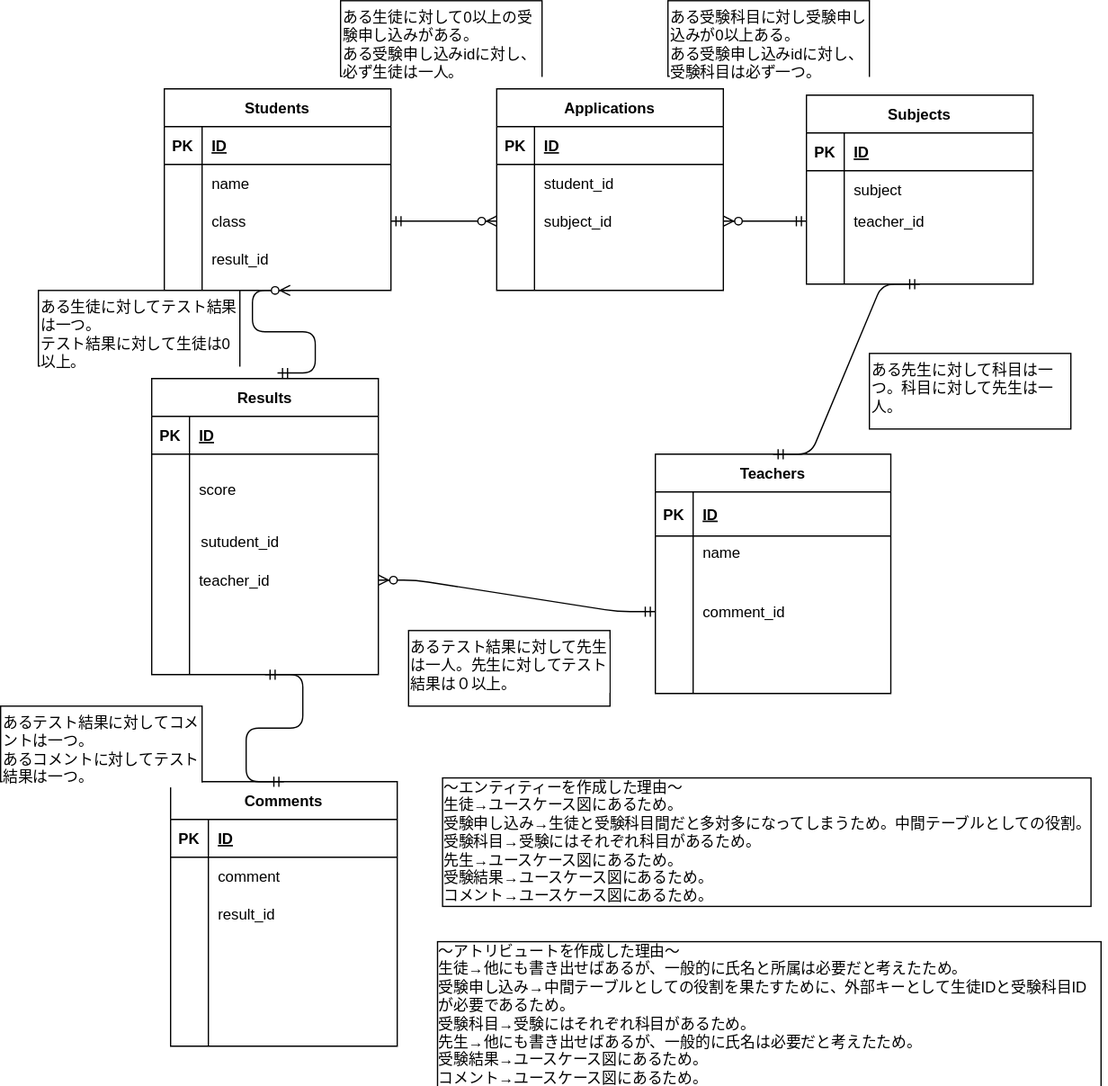
ansuriumu/database_practice keeps this draw.io diagram as index.drawio.svg. Above is the earlier version. Source tidied: cells renumbered, new cells last; positions are measured from the earlier drawing's top-left corner, leaving out a move shared by most shapes.
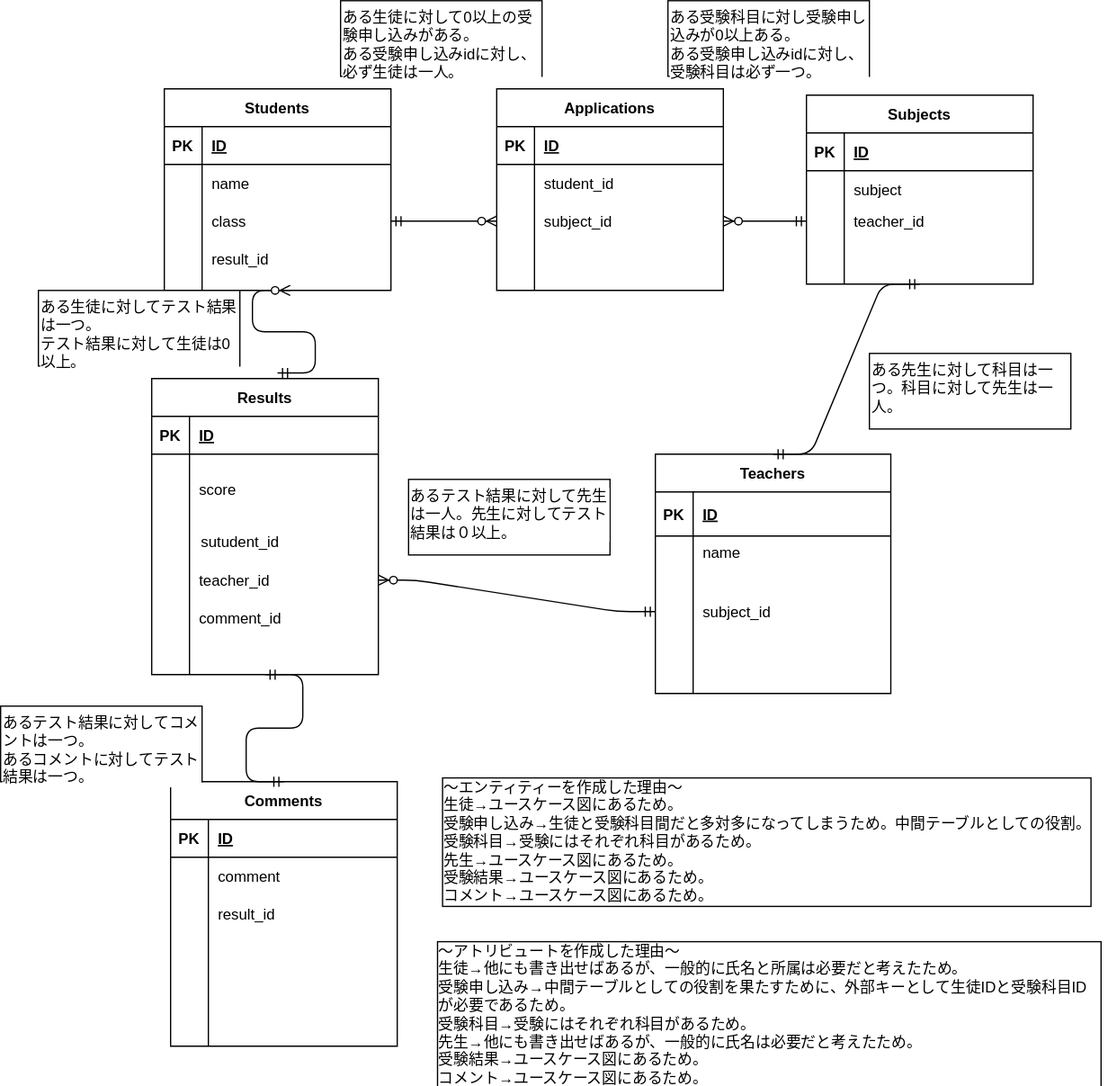
Later version of the same file.

Commit message:
課題修正２回目

Diff of the diagram source:
```diff
@@ -161,7 +161,7 @@
     <mxCell id="54" style="shape=partialRectangle;fillColor=none;top=0;left=0;bottom=0;right=0;overflow=hidden;" parent="53" vertex="1">
       <mxGeometry width="30" height="30" as="geometry" />
     </mxCell>
-    <mxCell id="55" value="comment_id" style="shape=partialRectangle;fillColor=none;top=0;left=0;bottom=0;right=0;align=left;spacingLeft=6;overflow=hidden;" parent="53" vertex="1">
+    <mxCell id="55" value="subject_id" style="shape=partialRectangle;fillColor=none;top=0;left=0;bottom=0;right=0;align=left;spacingLeft=6;overflow=hidden;" parent="53" vertex="1">
       <mxGeometry x="30" width="157" height="30" as="geometry" />
     </mxCell>
     <mxCell id="56" value="Results" style="shape=table;startSize=30;rowLines=0;fontStyle=1;align=center;" parent="1" vertex="1">
@@ -209,7 +209,7 @@
     <mxCell id="70" style="shape=partialRectangle;fillColor=none;top=0;left=0;bottom=0;right=0;overflow=hidden;" parent="69" vertex="1">
       <mxGeometry width="30" height="30" as="geometry" />
     </mxCell>
-    <mxCell id="71" style="shape=partialRectangle;fillColor=none;top=0;left=0;bottom=0;right=0;align=left;spacingLeft=6;overflow=hidden;" parent="69" vertex="1">
+    <mxCell id="71" value="comment_id" style="shape=partialRectangle;fillColor=none;top=0;left=0;bottom=0;right=0;align=left;spacingLeft=6;overflow=hidden;" parent="69" vertex="1">
       <mxGeometry x="30" width="150" height="30" as="geometry" />
     </mxCell>
     <mxCell id="72" value="Comments" style="shape=table;startSize=30;rowLines=0;fontStyle=1;align=center;" parent="1" vertex="1">
@@ -264,7 +264,7 @@
       <mxGeometry x="530" width="160" height="60" as="geometry" />
     </mxCell>
     <mxCell id="89" value="あるテスト結果に対して先生は一人。先生に対してテスト結果は０以上。" style="whiteSpace=wrap;html=1;labelBackgroundColor=#ffffff;fontColor=#000000;align=left;verticalAlign=top;" parent="1" vertex="1">
-      <mxGeometry x="324" y="500" width="160" height="60" as="geometry" />
+      <mxGeometry x="324" y="380" width="160" height="60" as="geometry" />
     </mxCell>
     <mxCell id="90" style="edgeStyle=entityRelationEdgeStyle;fontSize=12;html=1;endArrow=ERzeroToMany;startArrow=ERmandOne;exitX=0.555;exitY=-0.019;exitDx=0;exitDy=0;exitPerimeter=0;" parent="1" edge="1" source="56">
       <mxGeometry relative="1" as="geometry">
```
